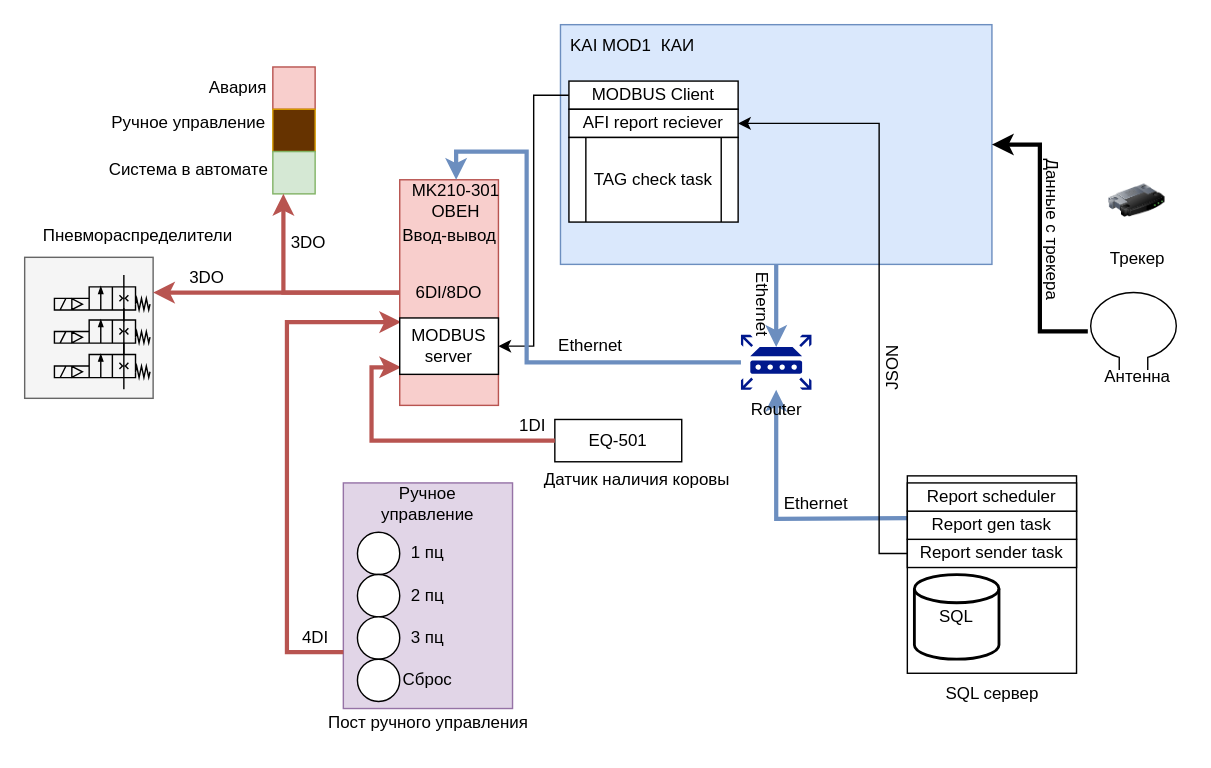
megavad/Diagrams keeps this draw.io diagram as page "Общая схема" (1 of 2) of KAI.drawio. Above is the earlier version. Source tidied: cells renumbered, new cells numbered last; positions are measured from the earlier drawing's top-left corner, leaving out a move shared by most shapes. Both pictures are drawn from the tidied source at 141%, with x=0, y=0 at pixel (24, 24).
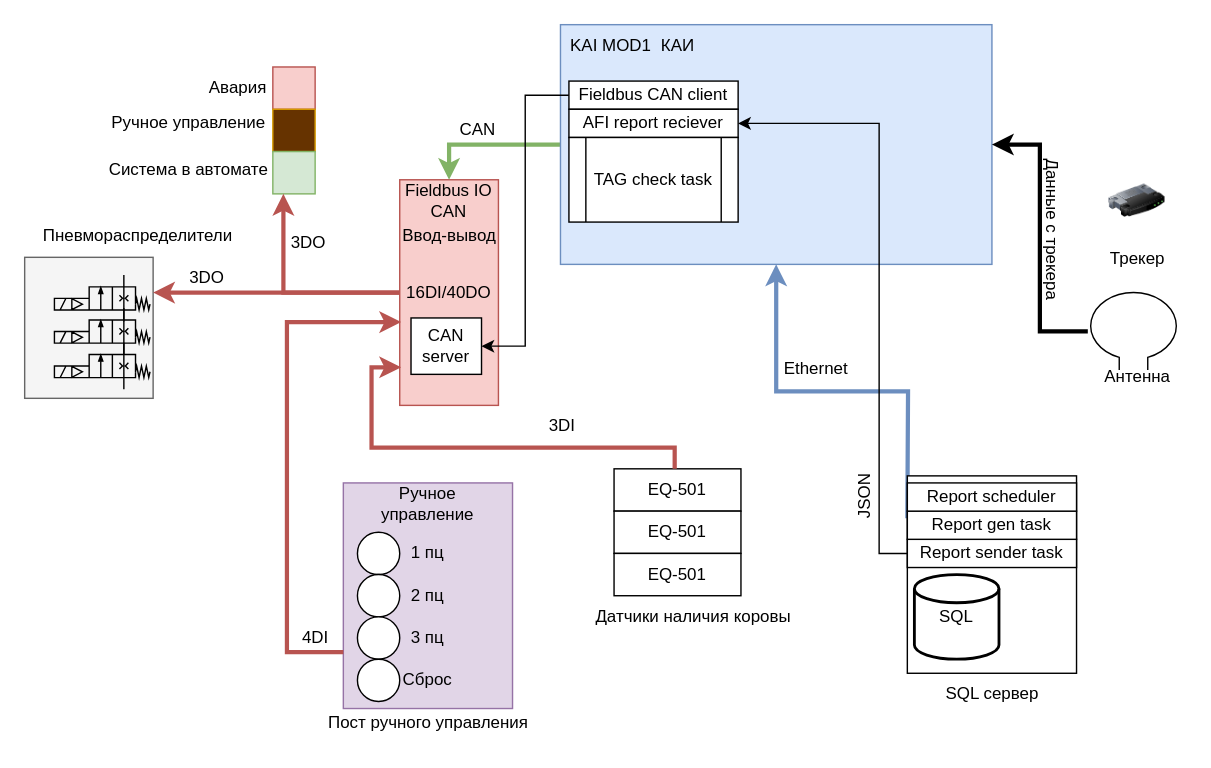
After the change.

Unchanged cells that the change refers to:
```xml
<mxCell id="26" style="rounded=0;whiteSpace=wrap;html=1;fillColor=#dae8fc;strokeColor=#6c8ebf;" parent="1" vertex="1">
  <mxGeometry x="380" width="306" height="170" as="geometry" />
</mxCell>
```

Change to the diagram source:
```diff
@@
-    <mxCell id="8" value="6DI/8DO" style="rounded=0;whiteSpace=wrap;html=1;fillColor=#f8cecc;strokeColor=#b85450;" parent="1" vertex="1">
+    <mxCell id="8" value="16DI/40DO" style="rounded=0;whiteSpace=wrap;html=1;fillColor=#f8cecc;strokeColor=#b85450;" parent="1" vertex="1">
       <mxGeometry x="266" y="110" width="70" height="160" as="geometry" />
     </mxCell>
@@
-    <mxCell id="20" value="MK210-301&lt;div&gt;ОВЕН&lt;/div&gt;" style="text;html=1;align=center;verticalAlign=middle;whiteSpace=wrap;rounded=0;" parent="1" vertex="1">
-      <mxGeometry x="246" y="110" width="120" height="30" as="geometry" />
+    <mxCell id="20" value="Fieldbus IO&lt;div&gt;CAN&lt;/div&gt;" style="text;html=1;align=center;verticalAlign=middle;whiteSpace=wrap;rounded=0;" parent="1" vertex="1">
+      <mxGeometry x="241" y="110" width="120" height="30" as="geometry" />
     </mxCell>
@@
     <mxCell id="23" value="EQ-501" style="rounded=0;whiteSpace=wrap;html=1;" parent="1" vertex="1">
-      <mxGeometry x="376" y="280" width="90" height="30" as="geometry" />
+      <mxGeometry x="418" y="315" width="90" height="30" as="geometry" />
     </mxCell>
     <mxCell id="24" style="edgeStyle=orthogonalEdgeStyle;rounded=0;jettySize=auto;html=1;entryX=0.014;entryY=0.831;entryDx=0;entryDy=0;entryPerimeter=0;strokeWidth=3;fillColor=#f8cecc;strokeColor=#b85450;" parent="1" edge="1" source="23" target="8">
-      <mxGeometry relative="1" as="geometry" />
+      <mxGeometry relative="1" as="geometry">
+        <Array as="points">
+          <mxPoint x="461" y="300" />
+          <mxPoint x="246" y="300" />
+          <mxPoint x="246" y="243" />
+        </Array>
+      </mxGeometry>
     </mxCell>
-    <mxCell id="25" value="1DI" style="text;html=1;align=center;verticalAlign=middle;strokeColor=none;fillColor=none;" parent="1" vertex="1">
-      <mxGeometry x="340" y="270" width="40" height="30" as="geometry" />
+    <mxCell id="25" value="3DI" style="text;html=1;align=center;verticalAlign=middle;strokeColor=none;fillColor=none;" parent="1" vertex="1">
+      <mxGeometry x="361" y="270" width="40" height="30" as="geometry" />
     </mxCell>
+    <mxCell id="65" style="edgeStyle=orthogonalEdgeStyle;rounded=0;jettySize=auto;html=1;entryX=0.5;entryY=0;entryDx=0;entryDy=0;strokeWidth=3;fillColor=#d5e8d4;strokeColor=#82b366;" parent="1" edge="1" source="26" target="20">
+      <mxGeometry relative="1" as="geometry" />
+    </mxCell>
@@
-    <mxCell id="29" value="MODBUS Client" style="rounded=0;whiteSpace=wrap;html=1;" parent="1" vertex="1">
+    <mxCell id="29" value="Fieldbus CAN client" style="rounded=0;whiteSpace=wrap;html=1;" parent="1" vertex="1">
       <mxGeometry x="386" y="40" width="120" height="20" as="geometry" />
     </mxCell>
-    <mxCell id="30" value="MODBUS server" style="rounded=0;whiteSpace=wrap;html=1;" parent="1" vertex="1">
-      <mxGeometry x="266" y="208" width="70" height="40" as="geometry" />
+    <mxCell id="30" value="CAN server" style="rounded=0;whiteSpace=wrap;html=1;" parent="1" vertex="1">
+      <mxGeometry x="274" y="208" width="50" height="40" as="geometry" />
     </mxCell>
@@
-    <mxCell id="32" value="Ethernet" style="text;html=1;align=center;verticalAlign=middle;strokeColor=none;fillColor=none;rotation=90;" parent="1" vertex="1">
-      <mxGeometry x="488" y="183" width="70" height="30" as="geometry" />
-    </mxCell>
-    <mxCell id="33" style="edgeStyle=orthogonalEdgeStyle;rounded=0;jettySize=auto;html=1;strokeWidth=3;fillColor=#dae8fc;strokeColor=#6c8ebf;" parent="1" edge="1" target="35">
+    <mxCell id="33" style="edgeStyle=orthogonalEdgeStyle;rounded=0;jettySize=auto;html=1;strokeWidth=3;fillColor=#dae8fc;strokeColor=#6c8ebf;entryX=0.5;entryY=1;entryDx=0;entryDy=0;" parent="1" edge="1" target="26">
       <mxGeometry relative="1" as="geometry">
         <mxPoint x="626" y="350" as="sourcePoint" />
       </mxGeometry>
     </mxCell>
-    <mxCell id="34" style="edgeStyle=orthogonalEdgeStyle;rounded=0;jettySize=auto;html=1;entryX=0.5;entryY=0;entryDx=0;entryDy=0;strokeWidth=3;fillColor=#dae8fc;strokeColor=#6c8ebf;" parent="1" edge="1" source="35" target="20">
-      <mxGeometry relative="1" as="geometry">
-        <Array as="points">
-          <mxPoint x="356" y="240" />
-          <mxPoint x="356" y="90" />
-          <mxPoint x="306" y="90" />
-        </Array>
-      </mxGeometry>
-    </mxCell>
-    <mxCell id="35" value="Router" style="sketch=0;shadow=0;dashed=0;html=1;strokeColor=none;labelPosition=center;verticalLabelPosition=bottom;verticalAlign=top;align=center;fillColor=#00188D;shape=mxgraph.mscae.enterprise.router;" parent="1" vertex="1">
-      <mxGeometry x="508" y="220" width="50" height="39" as="geometry" />
-    </mxCell>
-    <mxCell id="36" style="edgeStyle=orthogonalEdgeStyle;rounded=0;jettySize=auto;html=1;entryX=0.5;entryY=0.22;entryDx=0;entryDy=0;entryPerimeter=0;strokeWidth=3;fillColor=#dae8fc;strokeColor=#6c8ebf;" parent="1" edge="1" source="26" target="35">
-      <mxGeometry relative="1" as="geometry" />
-    </mxCell>
-    <mxCell id="37" value="Ethernet" style="text;html=1;align=center;verticalAlign=middle;strokeColor=none;fillColor=none;" parent="1" vertex="1">
-      <mxGeometry x="366" y="213" width="70" height="30" as="geometry" />
-    </mxCell>
@@
     <mxCell id="42" value="Ethernet" style="text;html=1;align=center;verticalAlign=middle;strokeColor=none;fillColor=none;" parent="1" vertex="1">
-      <mxGeometry x="526" y="325" width="70" height="30" as="geometry" />
+      <mxGeometry x="526" y="229" width="70" height="30" as="geometry" />
     </mxCell>
@@
     <mxCell id="51" value="JSON" style="text;html=1;align=center;verticalAlign=middle;strokeColor=none;fillColor=none;rotation=270;" parent="1" vertex="1">
-      <mxGeometry x="586" y="229" width="60" height="30" as="geometry" />
+      <mxGeometry x="566" y="320" width="60" height="30" as="geometry" />
     </mxCell>
@@
-    <mxCell id="62" value="Датчик наличия коровы" style="text;html=1;align=center;verticalAlign=middle;strokeColor=none;fillColor=none;" parent="1" vertex="1">
-      <mxGeometry x="354" y="308" width="160" height="30" as="geometry" />
+    <mxCell id="62" value="Датчики наличия коровы" style="text;html=1;align=center;verticalAlign=middle;strokeColor=none;fillColor=none;" parent="1" vertex="1">
+      <mxGeometry x="389" y="405" width="170" height="30" as="geometry" />
     </mxCell>
@@
+    <mxCell id="66" value="CAN" style="text;html=1;align=center;verticalAlign=middle;strokeColor=none;fillColor=none;" parent="1" vertex="1">
+      <mxGeometry x="296" y="60" width="50" height="30" as="geometry" />
+    </mxCell>
+    <mxCell id="67" value="EQ-501" style="rounded=0;whiteSpace=wrap;html=1;" parent="1" vertex="1">
+      <mxGeometry x="418" y="345" width="90" height="30" as="geometry" />
+    </mxCell>
+    <mxCell id="68" value="EQ-501" style="rounded=0;whiteSpace=wrap;html=1;" parent="1" vertex="1">
+      <mxGeometry x="418" y="375" width="90" height="30" as="geometry" />
+    </mxCell>
```
